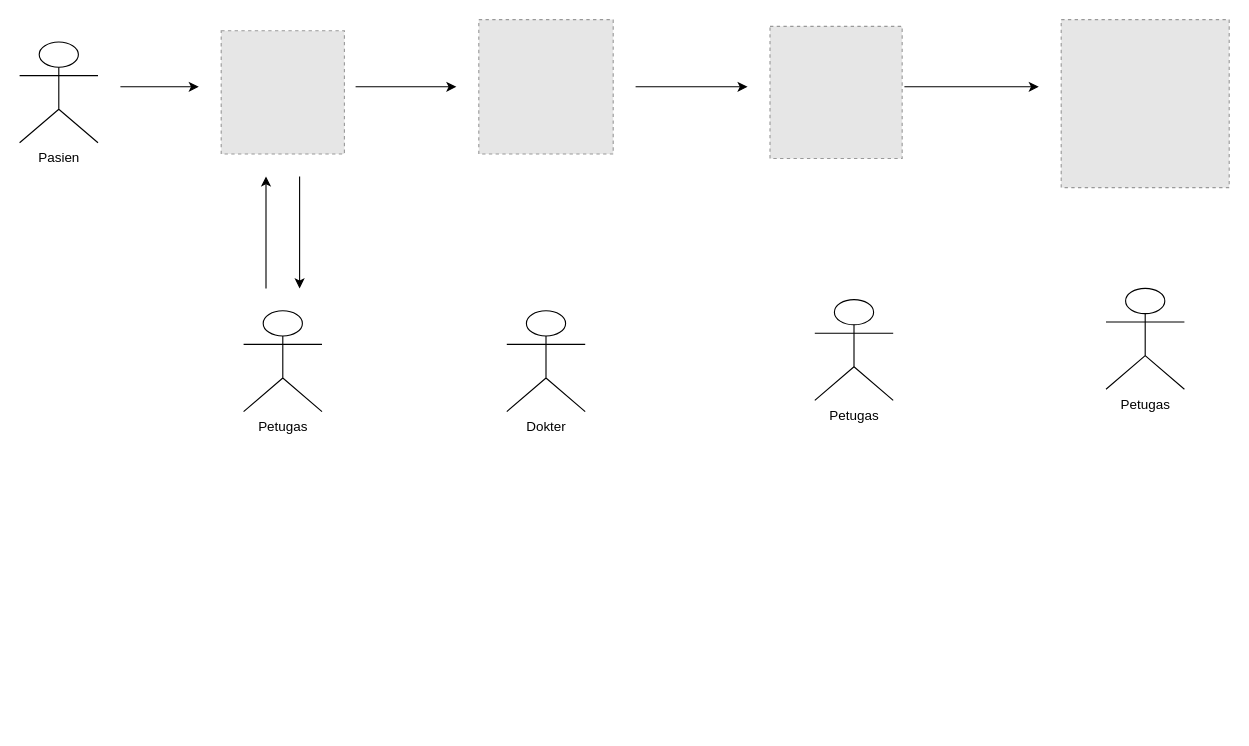
Before: Proses Bisnis.drawio in ratihpn99/rpn, a draw.io diagram. Source tidied: cells renumbered, new cells numbered last; positions are measured from the earlier drawing's top-left corner, leaving out a move shared by most shapes. Both pictures are drawn from the tidied source at 112%, with x=0, y=0 at pixel (19, 19). Pictures stored in the file or linked from it are replaced by grey dashed boxes.
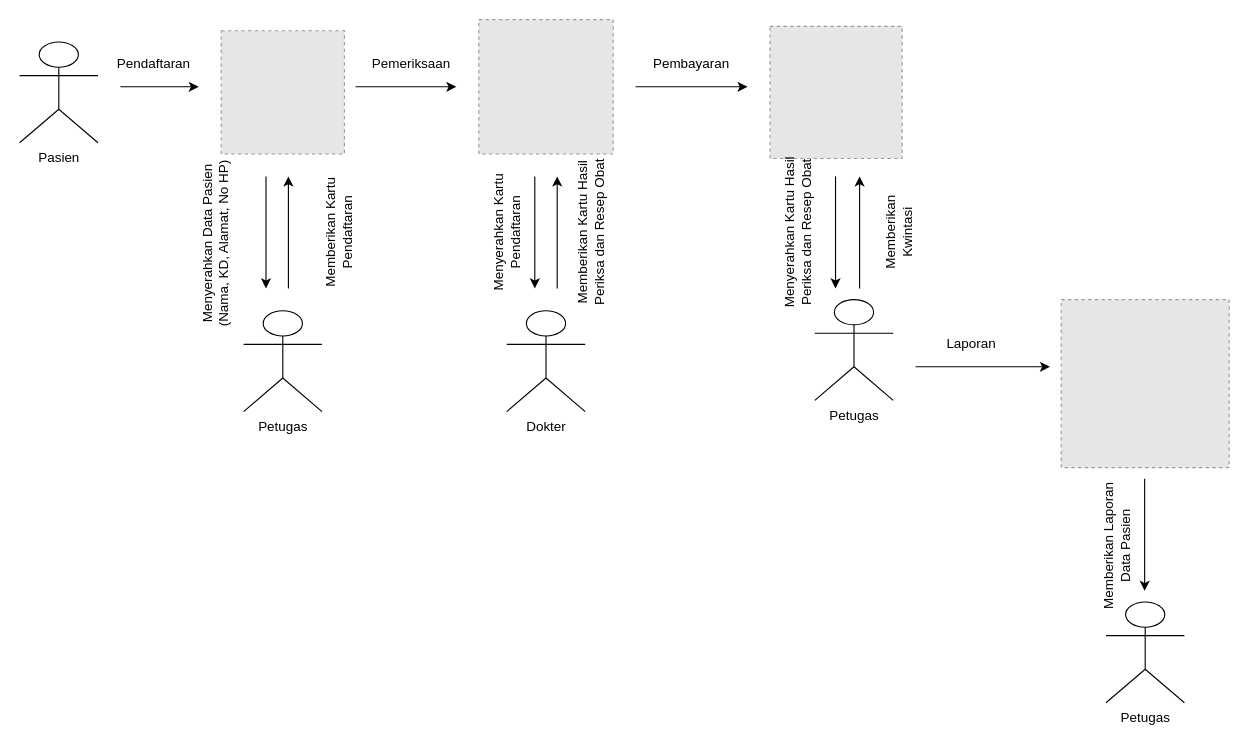
The same diagram, later.

Change to the diagram source:
```diff
@@
     <mxCell id="12" style="endArrow=classic;html=1;" parent="1" edge="1">
       <mxGeometry relative="1" as="geometry">
-        <mxPoint x="790" y="60" as="sourcePoint" />
-        <mxPoint x="910" y="60" as="targetPoint" />
+        <mxPoint x="800" y="310" as="sourcePoint" />
+        <mxPoint x="920" y="310" as="targetPoint" />
       </mxGeometry>
     </mxCell>
     <mxCell id="13" style="fillColor=#E6E6E6;strokeColor=#999999;dashed=1;verticalLabelPosition=bottom;labelBackgroundColor=#ffffff;verticalAlign=top;" parent="1" vertex="1">
-      <mxGeometry x="930" width="150" height="150" as="geometry" />
+      <mxGeometry x="930" y="250" width="150" height="150" as="geometry" />
     </mxCell>
     <mxCell id="14" value="Petugas" style="shape=umlActor;verticalLabelPosition=bottom;verticalAlign=top;html=1;" parent="1" vertex="1">
-      <mxGeometry x="970" y="240" width="70" height="90" as="geometry" />
+      <mxGeometry x="970" y="520" width="70" height="90" as="geometry" />
     </mxCell>
-    <mxCell id="15" style="endArrow=classic;html=1;" parent="1" edge="1">
-      <mxGeometry relative="1" as="geometry">
-        <mxPoint x="220" y="240" as="sourcePoint" />
-        <mxPoint x="220" y="140" as="targetPoint" />
-      </mxGeometry>
-    </mxCell>
     <mxCell id="16" style="endArrow=classic;html=1;" parent="1" edge="1">
       <mxGeometry relative="1" as="geometry">
-        <mxPoint x="250" y="140" as="sourcePoint" />
-        <mxPoint x="250" y="240" as="targetPoint" />
+        <mxPoint x="220" y="140" as="sourcePoint" />
+        <mxPoint x="220" y="240" as="targetPoint" />
       </mxGeometry>
     </mxCell>
+    <mxCell id="17" style="endArrow=classic;html=1;" parent="1" edge="1">
+      <mxGeometry relative="1" as="geometry">
+        <mxPoint x="460" y="140" as="sourcePoint" />
+        <mxPoint x="460" y="240" as="targetPoint" />
+      </mxGeometry>
+    </mxCell>
+    <mxCell id="18" style="endArrow=classic;html=1;" parent="1" edge="1">
+      <mxGeometry relative="1" as="geometry">
+        <mxPoint x="728.5" y="140" as="sourcePoint" />
+        <mxPoint x="728.5" y="240" as="targetPoint" />
+      </mxGeometry>
+    </mxCell>
+    <mxCell id="19" style="endArrow=classic;html=1;" parent="1" edge="1">
+      <mxGeometry relative="1" as="geometry">
+        <mxPoint x="1004.5" y="410" as="sourcePoint" />
+        <mxPoint x="1004.5" y="510" as="targetPoint" />
+      </mxGeometry>
+    </mxCell>
+    <mxCell id="20" value="Pendaftaran" style="text;html=1;strokeColor=none;fillColor=none;align=center;verticalAlign=middle;whiteSpace=wrap;rounded=0;" parent="1" vertex="1">
+      <mxGeometry x="100" y="30" width="40" height="20" as="geometry" />
+    </mxCell>
+    <mxCell id="21" value="Pemeriksaan" style="text;html=1;strokeColor=none;fillColor=none;align=center;verticalAlign=middle;whiteSpace=wrap;rounded=0;" parent="1" vertex="1">
+      <mxGeometry x="330" y="30" width="40" height="20" as="geometry" />
+    </mxCell>
+    <mxCell id="22" value="Pembayaran" style="text;html=1;strokeColor=none;fillColor=none;align=center;verticalAlign=middle;whiteSpace=wrap;rounded=0;" parent="1" vertex="1">
+      <mxGeometry x="580" y="30" width="40" height="20" as="geometry" />
+    </mxCell>
+    <mxCell id="23" value="Laporan" style="text;html=1;strokeColor=none;fillColor=none;align=center;verticalAlign=middle;whiteSpace=wrap;rounded=0;" parent="1" vertex="1">
+      <mxGeometry x="830" y="280" width="40" height="20" as="geometry" />
+    </mxCell>
+    <mxCell id="24" style="endArrow=classic;html=1;" parent="1" edge="1">
+      <mxGeometry relative="1" as="geometry">
+        <mxPoint x="240" y="240" as="sourcePoint" />
+        <mxPoint x="240" y="140" as="targetPoint" />
+      </mxGeometry>
+    </mxCell>
+    <mxCell id="25" style="endArrow=classic;html=1;" parent="1" edge="1">
+      <mxGeometry relative="1" as="geometry">
+        <mxPoint x="480" y="240" as="sourcePoint" />
+        <mxPoint x="480" y="140" as="targetPoint" />
+      </mxGeometry>
+    </mxCell>
+    <mxCell id="26" style="endArrow=classic;html=1;" parent="1" edge="1">
+      <mxGeometry relative="1" as="geometry">
+        <mxPoint x="750" y="240" as="sourcePoint" />
+        <mxPoint x="750" y="140" as="targetPoint" />
+      </mxGeometry>
+    </mxCell>
+    <mxCell id="27" value="Menyerahkan Data Pasien&lt;br&gt;(Nama, KD, Alamat, No HP)" style="text;html=1;strokeColor=none;fillColor=none;align=center;verticalAlign=middle;whiteSpace=wrap;rounded=0;rotation=-90;" parent="1" vertex="1">
+      <mxGeometry x="90" y="190" width="170" height="20" as="geometry" />
+    </mxCell>
+    <mxCell id="28" value="Memberikan Kartu&lt;br&gt;Pendaftaran" style="text;html=1;strokeColor=none;fillColor=none;align=center;verticalAlign=middle;whiteSpace=wrap;rounded=0;rotation=-90;" parent="1" vertex="1">
+      <mxGeometry x="200" y="180" width="170" height="20" as="geometry" />
+    </mxCell>
+    <mxCell id="29" value="Menyerahkan Kartu&lt;br&gt;Pendaftaran" style="text;html=1;strokeColor=none;fillColor=none;align=center;verticalAlign=middle;whiteSpace=wrap;rounded=0;rotation=-90;" parent="1" vertex="1">
+      <mxGeometry x="380" y="180" width="110" height="20" as="geometry" />
+    </mxCell>
+    <mxCell id="30" value="Memberikan Kartu Hasil&lt;br&gt;Periksa dan Resep Obat" style="text;html=1;strokeColor=none;fillColor=none;align=center;verticalAlign=middle;whiteSpace=wrap;rounded=0;rotation=-90;" parent="1" vertex="1">
+      <mxGeometry x="435" y="180" width="150" height="20" as="geometry" />
+    </mxCell>
+    <mxCell id="31" value="Memberikan Kwintasi" style="text;html=1;strokeColor=none;fillColor=none;align=center;verticalAlign=middle;whiteSpace=wrap;rounded=0;rotation=-90;" parent="1" vertex="1">
+      <mxGeometry x="730" y="170" width="110" height="40" as="geometry" />
+    </mxCell>
+    <mxCell id="32" value="Menyerahkan Kartu Hasil&lt;br&gt;Periksa dan Resep Obat" style="text;html=1;strokeColor=none;fillColor=none;align=center;verticalAlign=middle;whiteSpace=wrap;rounded=0;rotation=-90;" parent="1" vertex="1">
+      <mxGeometry x="620" y="180" width="150" height="20" as="geometry" />
+    </mxCell>
+    <mxCell id="33" value="Memberikan Laporan Data Pasien" style="text;html=1;strokeColor=none;fillColor=none;align=center;verticalAlign=middle;whiteSpace=wrap;rounded=0;rotation=-90;" parent="1" vertex="1">
+      <mxGeometry x="920" y="450" width="120" height="40" as="geometry" />
+    </mxCell>
```
